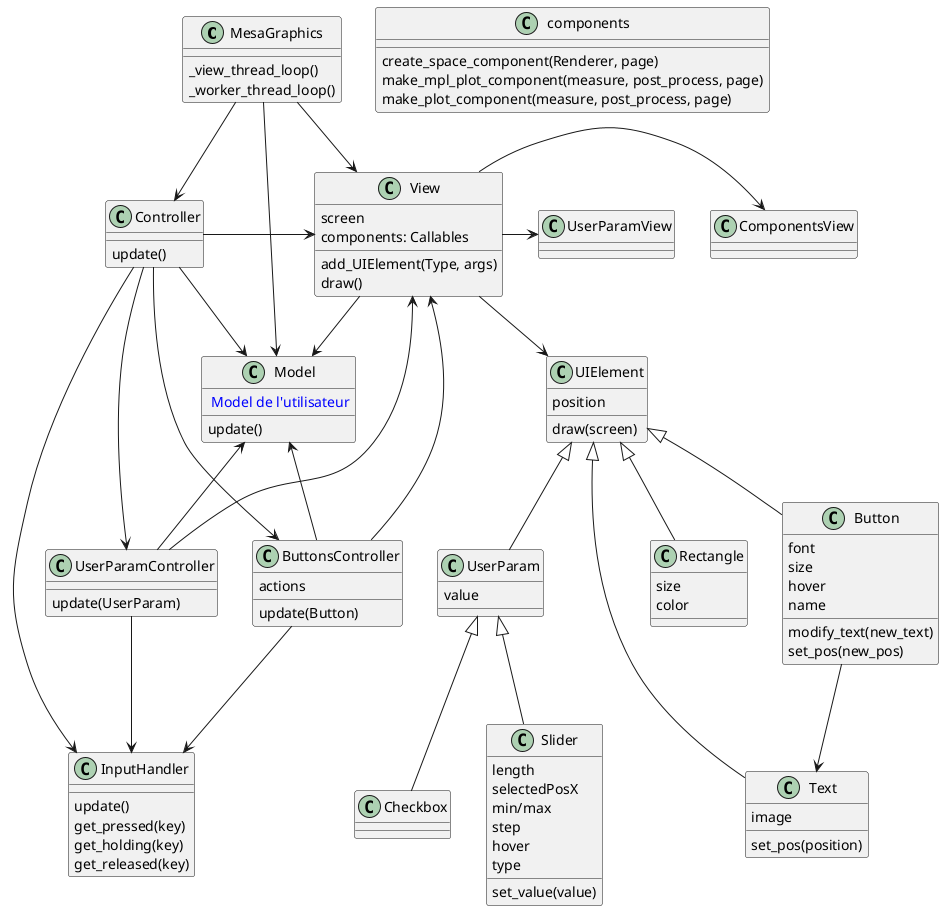
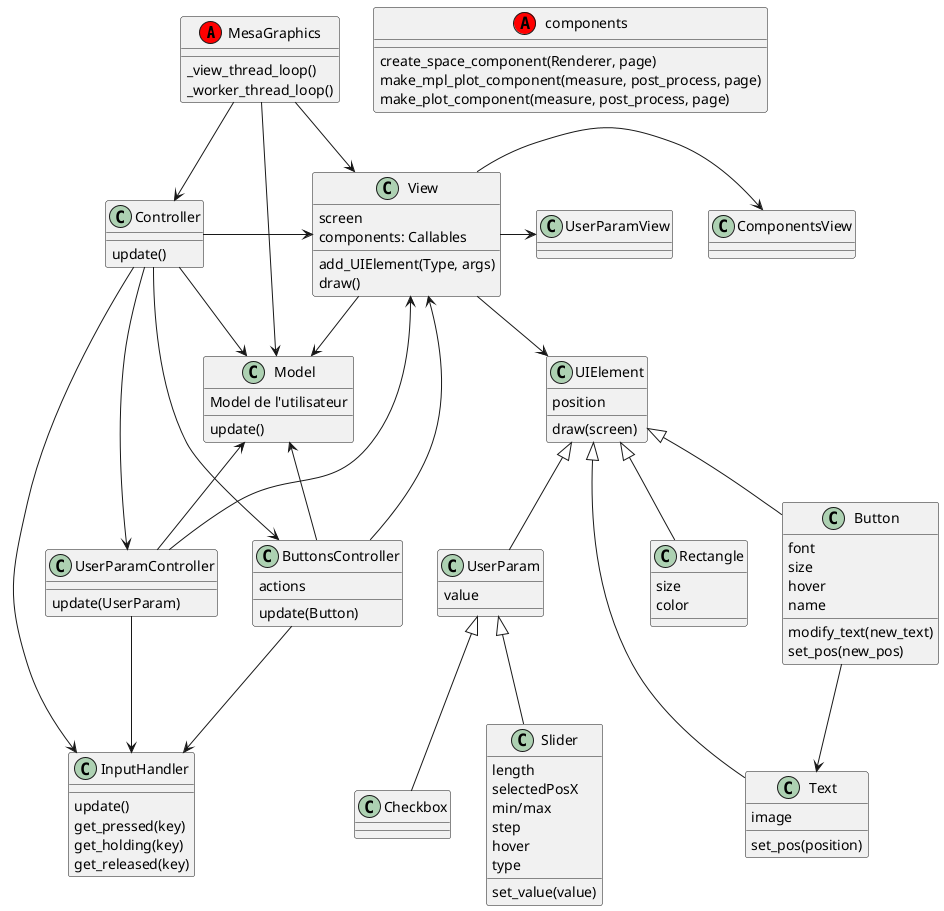
@startuml

- class MesaGraphics
+ class MesaGraphics <<(A, red)>>
MesaGraphics : _view_thread_loop()
MesaGraphics : _worker_thread_loop()

class View
View : screen
View : components: Callables
View : add_UIElement(Type, args)
View : draw()

class Controller
Controller : update()

Controller -> View
Controller -> Model
View --> Model

MesaGraphics --> View
MesaGraphics --> Controller
MesaGraphics --> Model

/' ########## Controller part ########## '/

class InputHandler
InputHandler : update()
InputHandler : get_pressed(key)
InputHandler : get_holding(key)
InputHandler : get_released(key)

Controller --> InputHandler

class ButtonsController
ButtonsController : actions
ButtonsController : update(Button)
Controller --> ButtonsController
View <-- ButtonsController
Model <-- ButtonsController
ButtonsController --> InputHandler


class UserParamController
UserParamController : update(UserParam)
Controller --> UserParamController
View <-- UserParamController
Model <-- UserParamController
UserParamController --> InputHandler

/' ########## Model part ########## '/

class Model
- Model : <color:blue> Model de l'utilisateur
+ Model : Model de l'utilisateur
Model : update()

/' ##########  View part ########## '/


class ComponentsView
View -> ComponentsView

class UserParamView
View -> UserParamView

class UIElement
UIElement : position
UIElement : draw(screen)
View --> UIElement

class Rectangle
UIElement <|-- Rectangle
Rectangle : size
Rectangle : color

class Text
Text : image
Text : set_pos(position)
UIElement <|-- Text

class Button
Button : font
Button : size
Button : hover
Button : name
Button : modify_text(new_text)
Button : set_pos(new_pos)
UIElement <|-- Button
Button --> Text

class UserParam
UserParam : value
UIElement <|-- UserParam

class Slider
Slider : length
Slider : selectedPosX
Slider : min/max
Slider : step
Slider : hover
Slider : type
Slider : set_value(value)
UserParam <|-- Slider

class Checkbox
UserParam <|-- Checkbox


- class components
+ class components <<(A, red)>>
components : create_space_component(Renderer, page)
components : make_mpl_plot_component(measure, post_process, page)
components : make_plot_component(measure, post_process, page)

@enduml